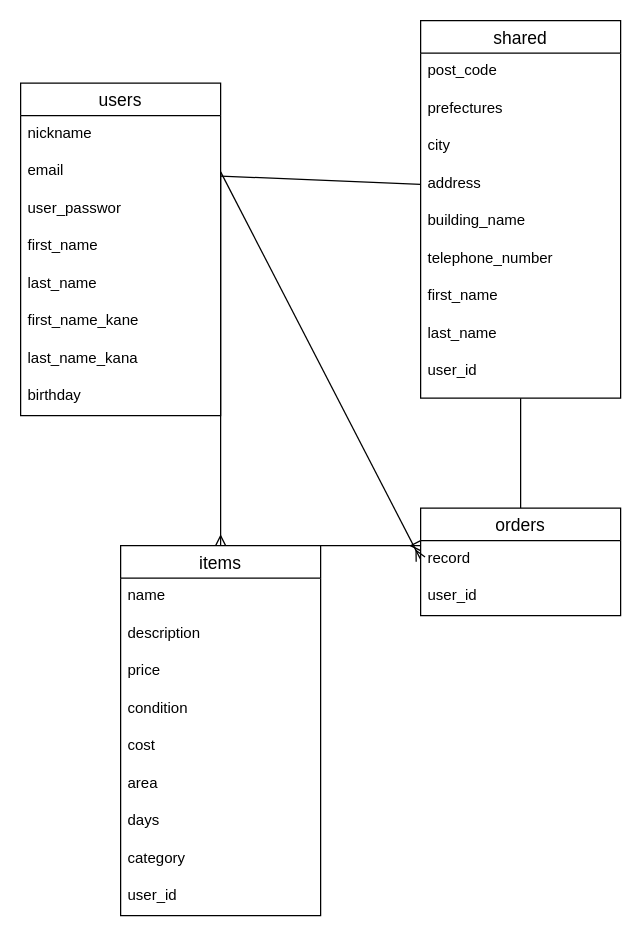
Above: test.dio in 2316hako/furima-38958 (draw.io), before the change. Source tidied: cells renumbered, new cells numbered last; positions are measured from the earlier drawing's top-left corner, leaving out a move shared by most shapes. Both pictures are drawn from the tidied source at 125%, with x=0, y=0 at pixel (20, 20).
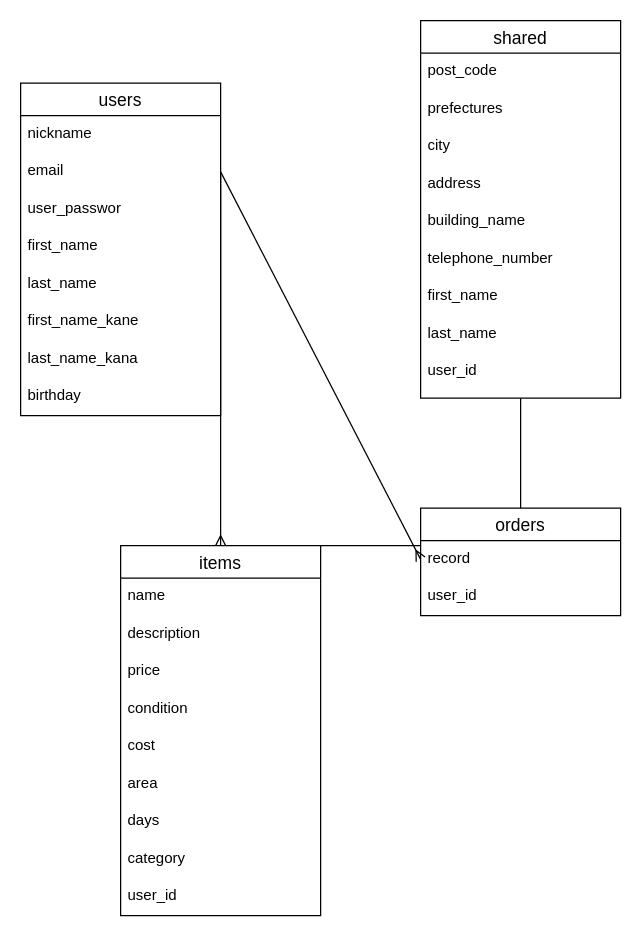
Above is the later version.

Commit message (it also covers changes not shown here):
データベース5

The change refers to these unchanged cells:
```xml
<mxCell id="4" value="email" style="text;strokeColor=none;fillColor=none;spacingLeft=4;spacingRight=4;overflow=hidden;points=[[0,0.5],[1,0.5]];portConstraint=eastwest;fontSize=12;" parent="2" vertex="1">
  <mxGeometry y="56" width="160" height="30" as="geometry" />
</mxCell>
<mxCell id="12" value="items" style="swimlane;fontStyle=0;horizontal=1;startSize=26;align=center;fontSize=14;" parent="1" vertex="1">
  <mxGeometry x="80" y="420" width="160" height="296" as="geometry" />
</mxCell>
<mxCell id="26" value="address" style="text;strokeColor=none;fillColor=none;spacingLeft=4;spacingRight=4;overflow=hidden;points=[[0,0.5],[1,0.5]];portConstraint=eastwest;fontSize=12;" parent="22" vertex="1">
  <mxGeometry y="116" width="160" height="30" as="geometry" />
</mxCell>
```

What changed in the source:
```diff
@@
-    <mxCell id="11" style="edgeStyle=none;html=1;exitX=1;exitY=0;exitDx=0;exitDy=0;endArrow=ERmany;endFill=0;" parent="1" edge="1" source="12">
+    <mxCell id="11" style="edgeStyle=none;html=1;exitX=1;exitY=0;exitDx=0;exitDy=0;endArrow=none;endFill=0;" parent="1" edge="1" source="12">
       <mxGeometry relative="1" as="geometry">
         <mxPoint x="320" y="420" as="targetPoint" />
       </mxGeometry>
     </mxCell>
@@
-    <mxCell id="39" style="edgeStyle=none;html=1;exitX=0;exitY=0.5;exitDx=0;exitDy=0;endArrow=none;endFill=0;" parent="1" edge="1" source="26" target="4">
-      <mxGeometry relative="1" as="geometry" />
-    </mxCell>
```
